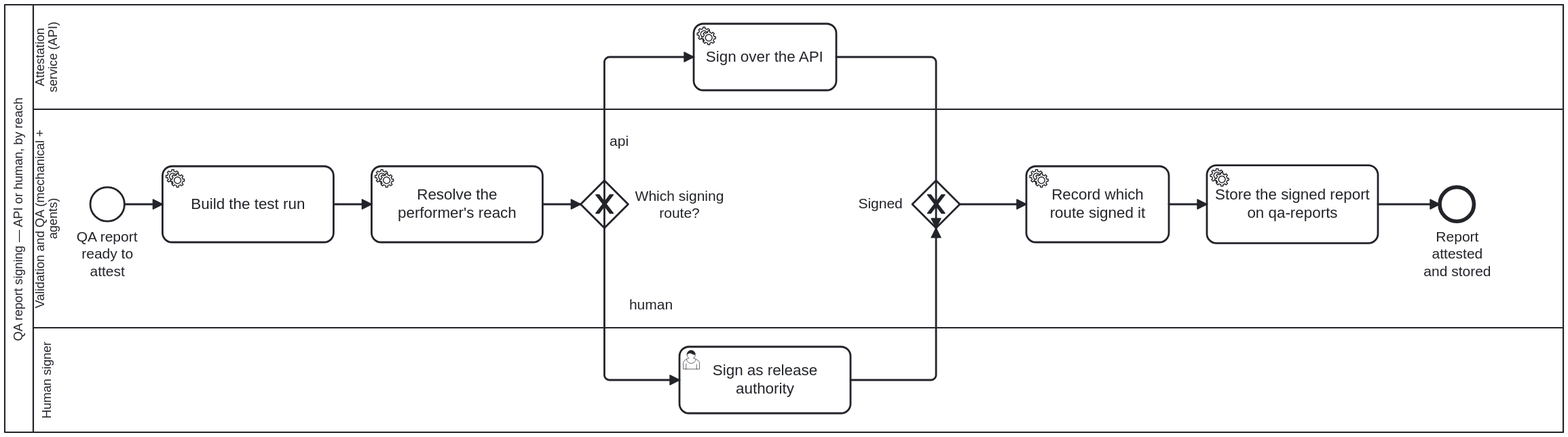
litlfred/cat-harness keeps this BPMN diagram as docs/assets/img/workflows/qa-report-signing.svg. Above is the earlier version. Its source is kept beside it as processes/sdlc/qa-report-signing.bpmn. Ids are renumbered.
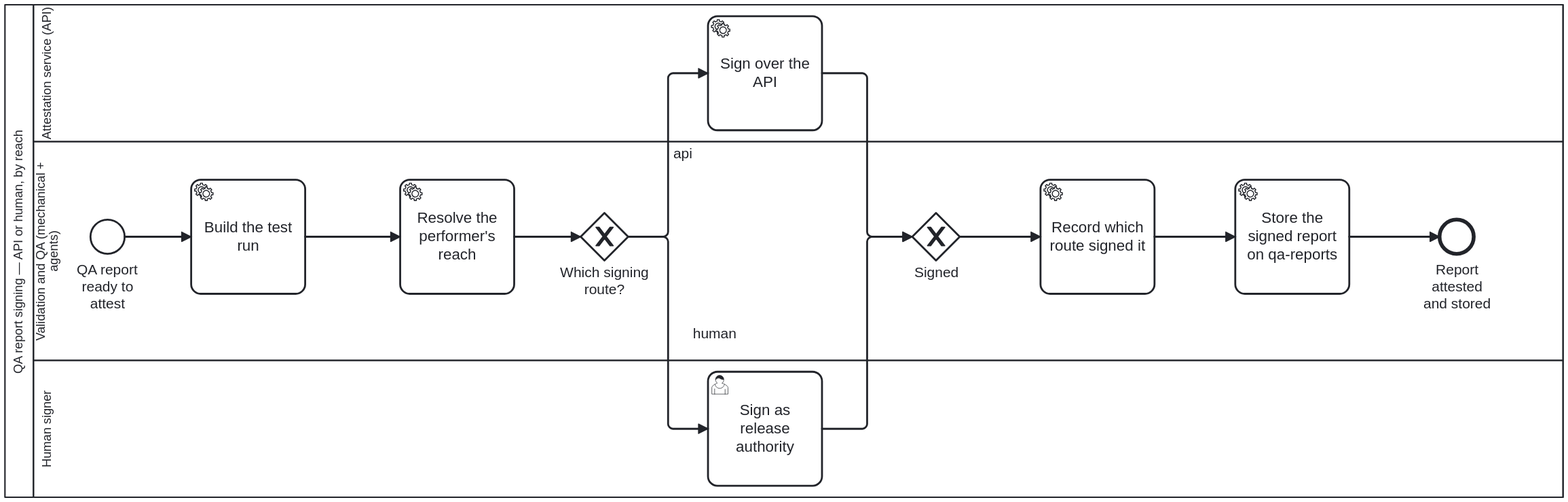
Above is the later version.

The edit, as a diff of the source:
```diff
@@ -202,97 +202,101 @@
   <bpmndi:BPMNDiagram id="Diagram_QaReportSigning">
     <bpmndi:BPMNPlane id="Plane_QaReportSigning" bpmnElement="Collaboration_QaReportSigning">
       <bpmndi:BPMNShape id="Shape_Participant_QaReportSigning" bpmnElement="Participant_QaReportSigning" isHorizontal="true">
-        <dc:Bounds x="160" y="80" width="1640" height="450" />
+        <dc:Bounds x="160" y="80" width="1640" height="518" />
       </bpmndi:BPMNShape>
       <bpmndi:BPMNShape id="Shape_Lane_Qa" bpmnElement="Lane_Qa" isHorizontal="true">
-        <dc:Bounds x="190" y="190" width="1610" height="230" />
+        <dc:Bounds x="190" y="224" width="1610" height="230" />
       </bpmndi:BPMNShape>
       <bpmndi:BPMNShape id="Shape_Lane_Api" bpmnElement="Lane_Api" isHorizontal="true">
-        <dc:Bounds x="190" y="80" width="1610" height="110" />
+        <dc:Bounds x="190" y="80" width="1610" height="144" />
       </bpmndi:BPMNShape>
       <bpmndi:BPMNShape id="Shape_Lane_Human" bpmnElement="Lane_Human" isHorizontal="true">
-        <dc:Bounds x="190" y="420" width="1610" height="110" />
+        <dc:Bounds x="190" y="454" width="1610" height="144" />
       </bpmndi:BPMNShape>
 
       <bpmndi:BPMNShape id="Shape_Start_ReportReady" bpmnElement="Start_ReportReady">
 
-        <dc:Bounds x="250" y="272" width="36" height="36" />
-      <bpmndi:BPMNLabel><dc:Bounds x="222" y="316" width="92" height="27" /></bpmndi:BPMNLabel></bpmndi:BPMNShape>
+        <dc:Bounds x="250" y="306" width="36" height="36" />
+      <bpmndi:BPMNLabel><dc:Bounds x="222" y="350" width="92" height="27" /></bpmndi:BPMNLabel></bpmndi:BPMNShape>
       <bpmndi:BPMNShape id="Shape_Task_BuildRun" bpmnElement="Task_BuildRun">
-        <dc:Bounds x="326" y="250" width="180" height="80" />
+        <dc:Bounds x="356" y="264" width="120" height="120" />
       </bpmndi:BPMNShape>
       <bpmndi:BPMNShape id="Shape_Task_ResolveReach" bpmnElement="Task_ResolveReach">
-        <dc:Bounds x="546" y="250" width="180" height="80" />
+        <dc:Bounds x="576" y="264" width="120" height="120" />
       </bpmndi:BPMNShape>
       <bpmndi:BPMNShape id="Shape_Gateway_SigningRoute" bpmnElement="Gateway_SigningRoute" isMarkerVisible="true">
 
-        <dc:Bounds x="766" y="265" width="50" height="50" />
-      <bpmndi:BPMNLabel><dc:Bounds x="820" y="272.5" width="100" height="35" /></bpmndi:BPMNLabel></bpmndi:BPMNShape>
+        <dc:Bounds x="766" y="299" width="50" height="50" />
+      <bpmndi:BPMNLabel><dc:Bounds x="741" y="353" width="100" height="35" /></bpmndi:BPMNLabel></bpmndi:BPMNShape>
       <bpmndi:BPMNShape id="Shape_Task_ApiSign" bpmnElement="Task_ApiSign">
-        <dc:Bounds x="885" y="100" width="150" height="70" />
+        <dc:Bounds x="900" y="92" width="120" height="120" />
       </bpmndi:BPMNShape>
       <bpmndi:BPMNShape id="Shape_Task_HumanSign" bpmnElement="Task_HumanSign">
-        <dc:Bounds x="870" y="440" width="180" height="70" />
+        <dc:Bounds x="900" y="466" width="120" height="120" />
       </bpmndi:BPMNShape>
       <bpmndi:BPMNShape id="Shape_Gateway_Signed" bpmnElement="Gateway_Signed" isMarkerVisible="true">
 
-        <dc:Bounds x="1115" y="265" width="50" height="50" />
-      <bpmndi:BPMNLabel><dc:Bounds x="1051" y="281" width="60" height="18" /></bpmndi:BPMNLabel></bpmndi:BPMNShape>
+        <dc:Bounds x="1115" y="299" width="50" height="50" />
+      <bpmndi:BPMNLabel><dc:Bounds x="1110" y="353" width="60" height="18" /></bpmndi:BPMNLabel></bpmndi:BPMNShape>
       <bpmndi:BPMNShape id="Shape_Task_RecordAttestation" bpmnElement="Task_RecordAttestation">
-        <dc:Bounds x="1235" y="250" width="150" height="80" />
+        <dc:Bounds x="1250" y="264" width="120" height="120" />
       </bpmndi:BPMNShape>
       <bpmndi:BPMNShape id="Shape_Task_StoreSigned" bpmnElement="Task_StoreSigned">
-        <dc:Bounds x="1425" y="249" width="180" height="82" />
+        <dc:Bounds x="1455" y="264" width="120" height="120" />
       </bpmndi:BPMNShape>
       <bpmndi:BPMNShape id="Shape_End_Signed" bpmnElement="End_Signed">
 
-        <dc:Bounds x="1670" y="272" width="36" height="36" />
-      <bpmndi:BPMNLabel><dc:Bounds x="1640" y="316" width="96" height="27" /></bpmndi:BPMNLabel></bpmndi:BPMNShape>
+        <dc:Bounds x="1670" y="306" width="36" height="36" />
+      <bpmndi:BPMNLabel><dc:Bounds x="1640" y="350" width="96" height="27" /></bpmndi:BPMNLabel></bpmndi:BPMNShape>
 
       <bpmndi:BPMNEdge id="Edge_S01" bpmnElement="S01">
-        <di:waypoint x="286" y="290" />
-        <di:waypoint x="326" y="290" />
+        <di:waypoint x="286" y="324" />
+        <di:waypoint x="356" y="324" />
       </bpmndi:BPMNEdge>
       <bpmndi:BPMNEdge id="Edge_S02" bpmnElement="S02">
-        <di:waypoint x="506" y="290" />
-        <di:waypoint x="546" y="290" />
+        <di:waypoint x="476" y="324" />
+        <di:waypoint x="576" y="324" />
       </bpmndi:BPMNEdge>
       <bpmndi:BPMNEdge id="Edge_S03" bpmnElement="S03">
-        <di:waypoint x="726" y="290" />
-        <di:waypoint x="766" y="290" />
+        <di:waypoint x="696" y="324" />
+        <di:waypoint x="766" y="324" />
       </bpmndi:BPMNEdge>
       <bpmndi:BPMNEdge id="Edge_S04" bpmnElement="S04">
-        <di:waypoint x="791" y="315" />
-        <di:waypoint x="791" y="135" />
-        <di:waypoint x="885" y="135" />
+        <di:waypoint x="816" y="324" />
+        <di:waypoint x="858" y="324" />
+        <di:waypoint x="858" y="152" />
+        <di:waypoint x="900" y="152" />
       </bpmndi:BPMNEdge>
       <bpmndi:BPMNEdge id="Edge_S05" bpmnElement="S05">
-        <di:waypoint x="791" y="315" />
-        <di:waypoint x="791" y="475" />
-        <di:waypoint x="870" y="475" />
-        <bpmndi:BPMNLabel><dc:Bounds x="795" y="386.5" width="90" height="17" /></bpmndi:BPMNLabel>
+        <di:waypoint x="816" y="324" />
+        <di:waypoint x="858" y="324" />
+        <di:waypoint x="858" y="526" />
+        <di:waypoint x="900" y="526" />
+        <bpmndi:BPMNLabel><dc:Bounds x="862" y="416.5" width="90" height="17" /></bpmndi:BPMNLabel>
       </bpmndi:BPMNEdge>
       <bpmndi:BPMNEdge id="Edge_S06" bpmnElement="S06">
-        <di:waypoint x="1035" y="135" />
-        <di:waypoint x="1140" y="135" />
-        <di:waypoint x="1140" y="315" />
+        <di:waypoint x="1020" y="152" />
+        <di:waypoint x="1067.5" y="152" />
+        <di:waypoint x="1067.5" y="324" />
+        <di:waypoint x="1115" y="324" />
       </bpmndi:BPMNEdge>
       <bpmndi:BPMNEdge id="Edge_S07" bpmnElement="S07">
-        <di:waypoint x="1050" y="475" />
-        <di:waypoint x="1140" y="475" />
-        <di:waypoint x="1140" y="315" />
+        <di:waypoint x="1020" y="526" />
+        <di:waypoint x="1067.5" y="526" />
+        <di:waypoint x="1067.5" y="324" />
+        <di:waypoint x="1115" y="324" />
       </bpmndi:BPMNEdge>
       <bpmndi:BPMNEdge id="Edge_S08" bpmnElement="S08">
-        <di:waypoint x="1165" y="290" />
-        <di:waypoint x="1235" y="290" />
+        <di:waypoint x="1165" y="324" />
+        <di:waypoint x="1250" y="324" />
       </bpmndi:BPMNEdge>
       <bpmndi:BPMNEdge id="Edge_S09" bpmnElement="S09">
-        <di:waypoint x="1385" y="290" />
-        <di:waypoint x="1425" y="290" />
+        <di:waypoint x="1370" y="324" />
+        <di:waypoint x="1455" y="324" />
       </bpmndi:BPMNEdge>
       <bpmndi:BPMNEdge id="Edge_S10" bpmnElement="S10">
-        <di:waypoint x="1605" y="290" />
-        <di:waypoint x="1670" y="290" />
+        <di:waypoint x="1575" y="324" />
+        <di:waypoint x="1670" y="324" />
       </bpmndi:BPMNEdge>
     </bpmndi:BPMNPlane>
   </bpmndi:BPMNDiagram>
```
